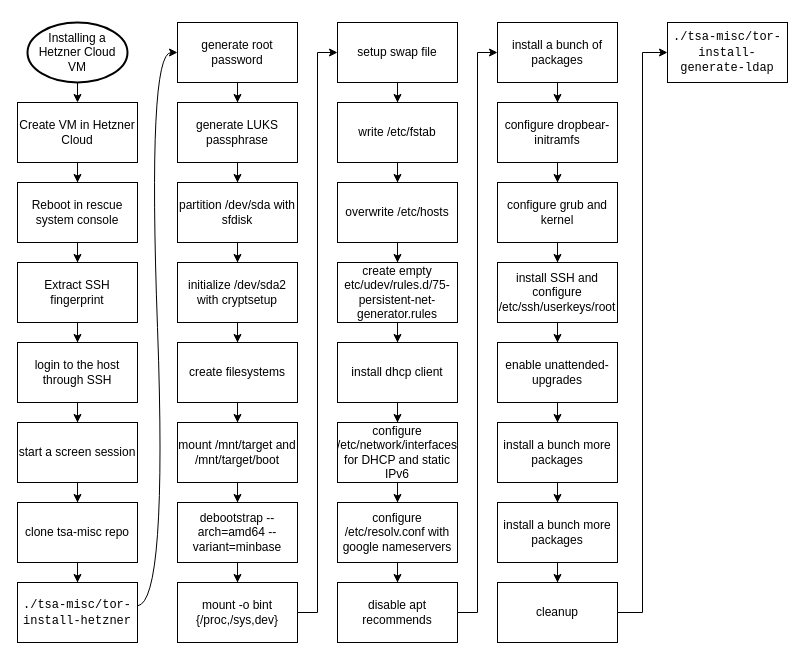
Earlier version of the draw.io diagram page "hetzner-cloud" (3 of 4) of tsa/howto/new-machine/install.drawio (pastly/tsa-wiki). Source tidied: cells renumbered, new cells numbered last; positions are measured from the earlier drawing's top-left corner, leaving out a move shared by most shapes. Both pictures are drawn from the tidied source at 100%, with x=0, y=0 at pixel (17, 22).
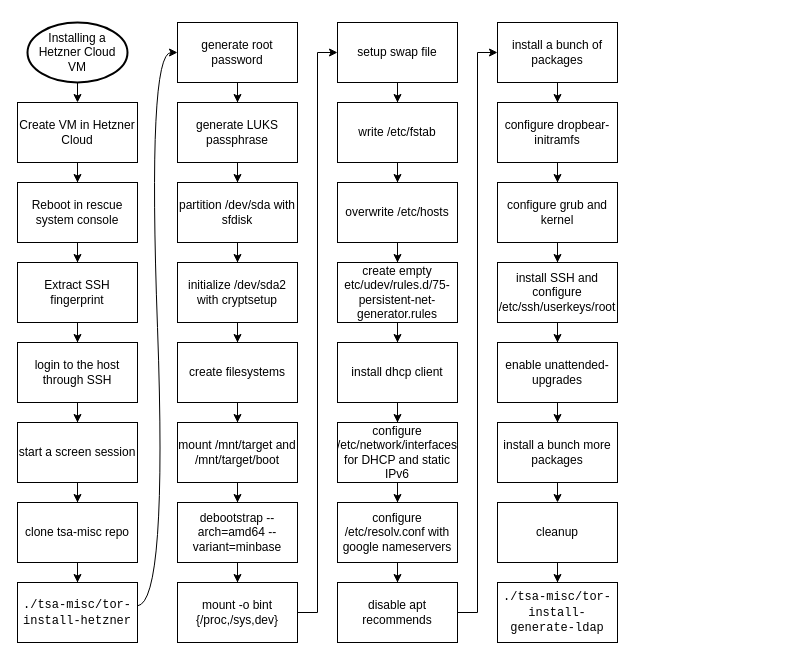
The same diagram, later.

The change refers to these unchanged cells:
```xml
<mxCell id="60" value="install a bunch more packages" style="rounded=0;whiteSpace=wrap;html=1;" parent="1" vertex="1">
  <mxGeometry x="480" y="400" width="120" height="60" as="geometry" />
</mxCell>
```

The edit, as a diff of the source:
```diff
@@
-    <mxCell id="59" style="edgeStyle=orthogonalEdgeStyle;rounded=0;jettySize=auto;html=1;" parent="1" edge="1" source="60" target="62">
-      <mxGeometry relative="1" as="geometry" />
+    <mxCell id="59" style="edgeStyle=orthogonalEdgeStyle;rounded=0;jettySize=auto;html=1;" parent="1" edge="1" source="60">
+      <mxGeometry relative="1" as="geometry">
+        <mxPoint x="540" y="480" as="targetPoint" />
+      </mxGeometry>
     </mxCell>
@@
-    <mxCell id="61" style="edgeStyle=orthogonalEdgeStyle;rounded=0;jettySize=auto;html=1;" parent="1" edge="1" source="62" target="64">
-      <mxGeometry relative="1" as="geometry" />
-    </mxCell>
-    <mxCell id="62" value="install a bunch more packages" style="rounded=0;whiteSpace=wrap;html=1;" parent="1" vertex="1">
-      <mxGeometry x="480" y="480" width="120" height="60" as="geometry" />
-    </mxCell>
-    <mxCell id="63" style="edgeStyle=orthogonalEdgeStyle;rounded=0;jettySize=auto;html=1;entryX=0;entryY=0.5;entryDx=0;entryDy=0;" parent="1" edge="1" source="64" target="65">
+    <mxCell id="63" style="edgeStyle=orthogonalEdgeStyle;rounded=0;jettySize=auto;html=1;" parent="1" edge="1" source="64" target="65">
       <mxGeometry relative="1" as="geometry" />
     </mxCell>
     <mxCell id="64" value="&lt;div&gt;cleanup&lt;/div&gt;" style="rounded=0;whiteSpace=wrap;html=1;" parent="1" vertex="1">
-      <mxGeometry x="480" y="560" width="120" height="60" as="geometry" />
+      <mxGeometry x="480" y="480" width="120" height="60" as="geometry" />
     </mxCell>
     <mxCell id="65" value="&lt;p&gt;&lt;font face=&quot;Courier New&quot;&gt;./tsa-misc/tor-install-generate-ldap&lt;/font&gt;&lt;/p&gt;" style="rounded=0;whiteSpace=wrap;html=1;" parent="1" vertex="1">
-      <mxGeometry x="650" width="120" height="60" as="geometry" />
+      <mxGeometry x="480" y="560" width="120" height="60" as="geometry" />
     </mxCell>
```
